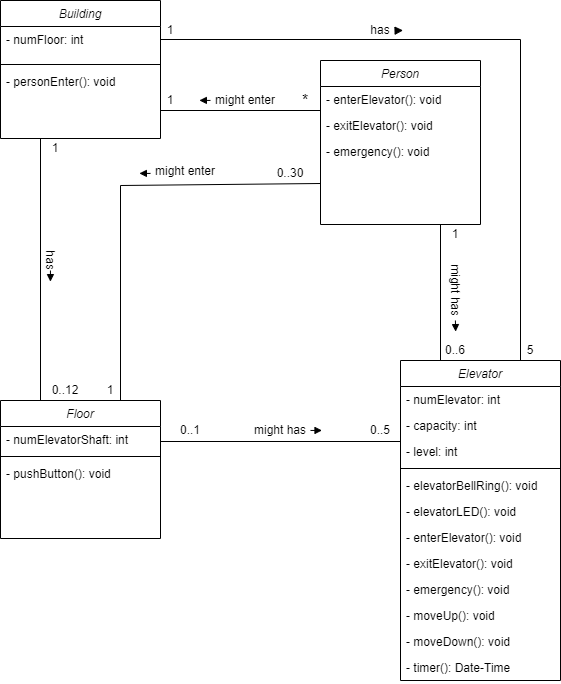
This is Ödev - Asansör Simülasyonu Diagram.drawio.png from AlpKarar/Asansor-Simulasyonu, a draw.io export, as it was before one commit. Source tidied: cells renumbered, new cells last; positions are measured from the earlier drawing's top-left corner, leaving out a move shared by most shapes.
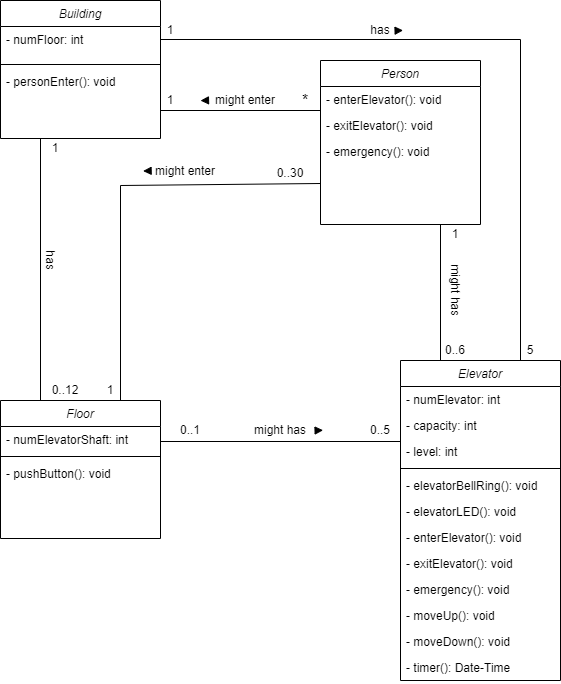
The same diagram one commit later.

Change to the diagram source:
```diff
@@ -155,30 +155,12 @@
     <mxCell id="47" value="might enter" style="text;html=1;strokeColor=none;fillColor=none;align=center;verticalAlign=middle;whiteSpace=wrap;rounded=0;rotation=0;" parent="1" vertex="1">
       <mxGeometry x="150" y="158" width="70" height="25" as="geometry" />
     </mxCell>
-    <mxCell id="48" style="endArrow=block;endFill=1;endSize=6;html=1;rounded=0;strokeWidth=0;" parent="1" edge="1">
-      <mxGeometry relative="1" as="geometry">
-        <mxPoint x="49.9" y="270" as="sourcePoint" />
-        <mxPoint x="49.9" y="280" as="targetPoint" />
-        <Array as="points">
-          <mxPoint x="49.9" y="270" />
-        </Array>
-      </mxGeometry>
-    </mxCell>
     <mxCell id="49" style="endArrow=block;endFill=1;endSize=6;html=1;rounded=0;" parent="1" edge="1">
       <mxGeometry relative="1" as="geometry">
         <mxPoint x="400" y="30" as="sourcePoint" />
         <mxPoint x="402.6" y="29.9" as="targetPoint" />
       </mxGeometry>
     </mxCell>
-    <mxCell id="50" style="endArrow=block;endFill=1;endSize=6;html=1;rounded=0;strokeWidth=0;" parent="1" edge="1">
-      <mxGeometry relative="1" as="geometry">
-        <mxPoint x="150" y="172.9" as="sourcePoint" />
-        <mxPoint x="140" y="172.9" as="targetPoint" />
-        <Array as="points">
-          <mxPoint x="150" y="172.9" />
-        </Array>
-      </mxGeometry>
-    </mxCell>
     <mxCell id="51" value="1" style="text;html=1;strokeColor=none;fillColor=none;align=center;verticalAlign=middle;whiteSpace=wrap;rounded=0;" parent="1" vertex="1">
       <mxGeometry x="140" y="90" width="60" height="20" as="geometry" />
     </mxCell>
@@ -188,29 +170,23 @@
     <mxCell id="53" value="might enter" style="text;html=1;strokeColor=none;fillColor=none;align=center;verticalAlign=middle;whiteSpace=wrap;rounded=0;rotation=0;" parent="1" vertex="1">
       <mxGeometry x="210" y="95" width="70" height="10" as="geometry" />
     </mxCell>
-    <mxCell id="54" style="endArrow=block;endFill=1;endSize=6;html=1;rounded=0;strokeWidth=0;" parent="1" edge="1">
-      <mxGeometry relative="1" as="geometry">
-        <mxPoint x="310" y="430" as="sourcePoint" />
-        <mxPoint x="320.4" y="430" as="targetPoint" />
-        <Array as="points">
-          <mxPoint x="310" y="429.9" />
-        </Array>
-      </mxGeometry>
-    </mxCell>
-    <mxCell id="55" style="endArrow=block;endFill=1;endSize=6;html=1;rounded=0;strokeWidth=0;" parent="1" edge="1">
-      <mxGeometry relative="1" as="geometry">
-        <mxPoint x="210" y="99.9" as="sourcePoint" />
-        <mxPoint x="200" y="99.9" as="targetPoint" />
-      </mxGeometry>
-    </mxCell>
-    <mxCell id="56" style="endArrow=block;endFill=1;endSize=6;html=1;rounded=0;strokeWidth=0;" parent="1" edge="1">
-      <mxGeometry relative="1" as="geometry">
-        <mxPoint x="454.9" y="320" as="sourcePoint" />
-        <mxPoint x="455.1" y="330" as="targetPoint" />
-        <Array as="points">
-          <mxPoint x="454.9" y="320" />
-        </Array>
-      </mxGeometry>
-    </mxCell>
+    <mxCell id="57" style="endArrow=block;endFill=1;endSize=6;html=1;rounded=0;" parent="1" edge="1">
+      <mxGeometry relative="1" as="geometry">
+        <mxPoint x="207.4" y="99.9" as="sourcePoint" />
+        <mxPoint x="200" y="100.1" as="targetPoint" />
+      </mxGeometry>
+    </mxCell>
+    <mxCell id="58" style="endArrow=block;endFill=1;endSize=6;html=1;rounded=0;" parent="1" edge="1">
+      <mxGeometry relative="1" as="geometry">
+        <mxPoint x="150" y="170.3" as="sourcePoint" />
+        <mxPoint x="142.6" y="170.5" as="targetPoint" />
+      </mxGeometry>
+    </mxCell>
+    <mxCell id="59" style="endArrow=block;endFill=1;endSize=6;html=1;rounded=0;" parent="1" edge="1">
+      <mxGeometry relative="1" as="geometry">
+        <mxPoint x="320" y="429.8" as="sourcePoint" />
+        <mxPoint x="322.6" y="429.8" as="targetPoint" />
+      </mxGeometry>
+    </mxCell>
   </root>
 </mxGraphModel>
```
